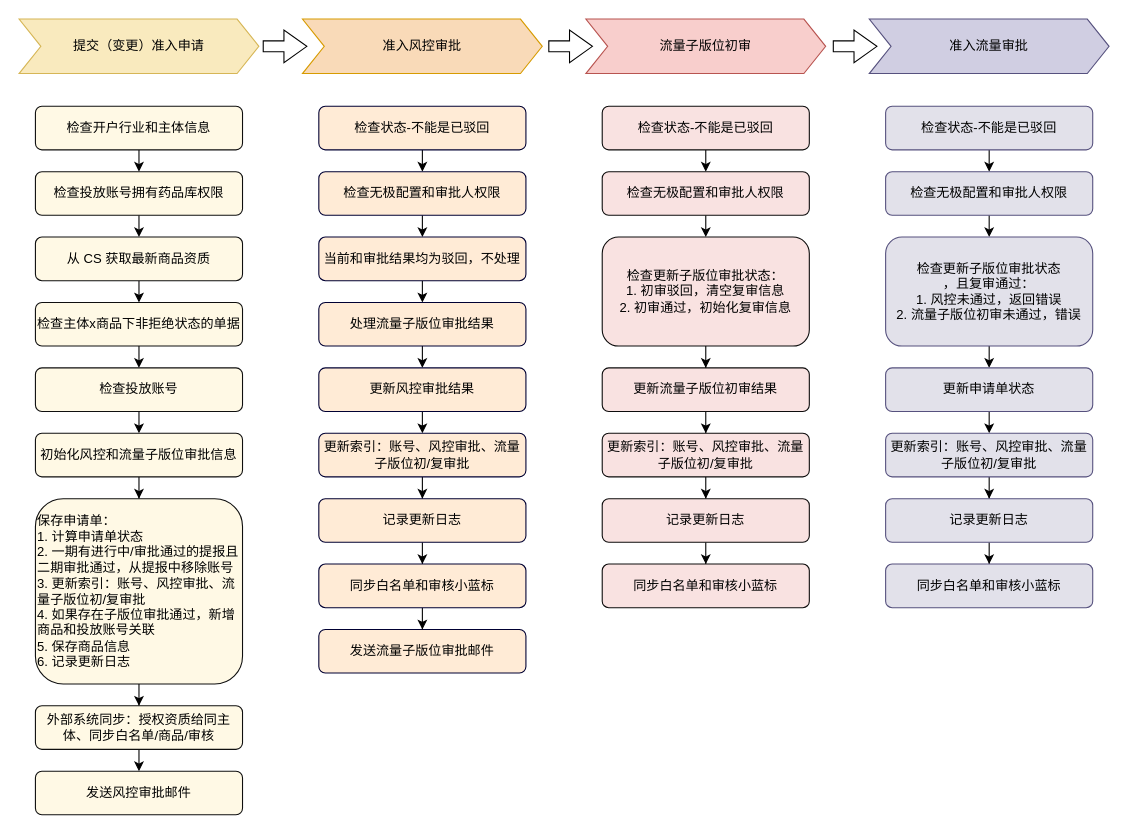
This is review/品械准入审批流程.drawio from IntronCheng/mydraw, a draw.io file, before an edit. Source tidied: cells renumbered, new cells numbered last; positions are measured from the earlier drawing's top-left corner, leaving out a move shared by most shapes. Both pictures are drawn from the tidied source at 109%, with x=0, y=0 at pixel (19, 19).
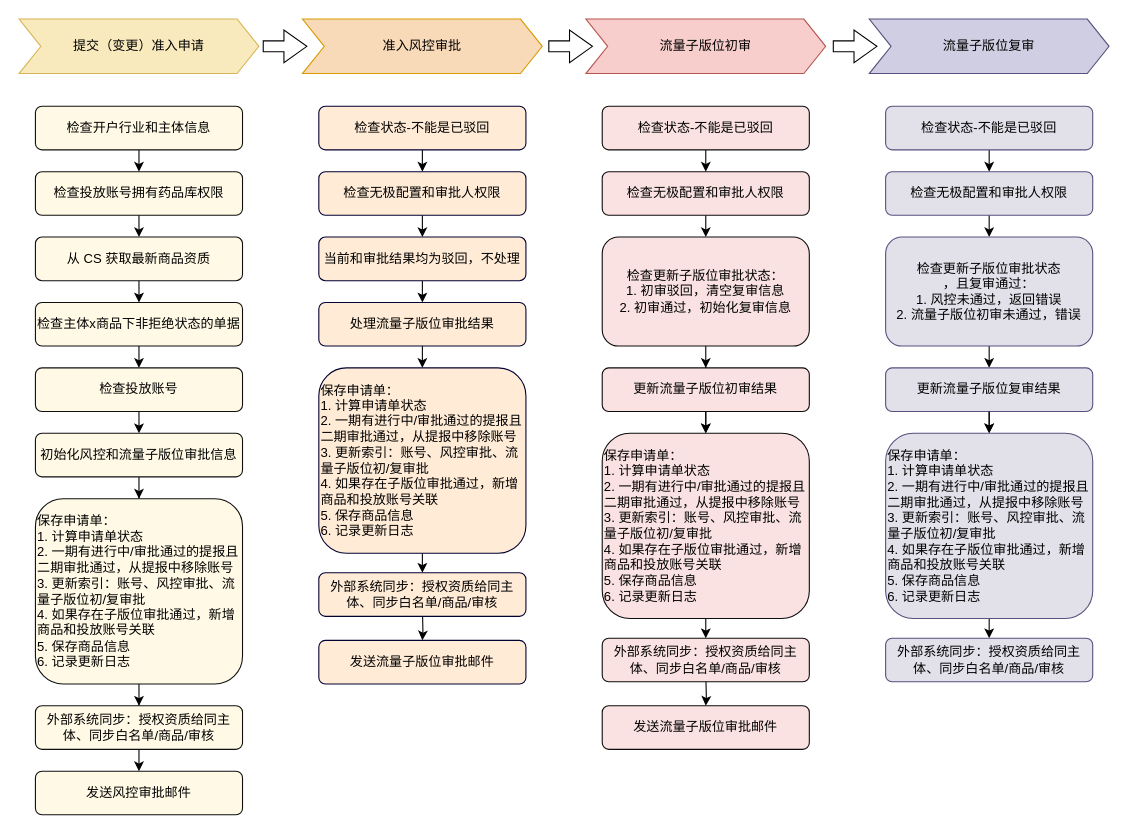
The same diagram, later.

Commit message (it also covers changes not shown here):
更新品械准入审批流程.drawio

The change refers to these unchanged cells:
```xml
<mxCell id="19" value="处理流量子版位审批结果" style="rounded=1;whiteSpace=wrap;html=1;fillColor=#ffebd6;fontColor=default;strokeColor=#000033;" parent="1" vertex="1">
  <mxGeometry x="275" y="260" width="190" height="40" as="geometry" />
</mxCell>
<mxCell id="30" value="更新流量子版位初审结果" style="rounded=1;whiteSpace=wrap;html=1;fillColor=#f9e2e1;fontColor=default;strokeColor=#0d0c0c;" parent="1" vertex="1">
  <mxGeometry x="535" y="320" width="190" height="40" as="geometry" />
</mxCell>
<mxCell id="37" value="&lt;div data-mind-map-text=&quot;[{&amp;quot;paragraphProps&amp;quot;:{&amp;quot;type&amp;quot;:&amp;quot;paragraph&amp;quot;,&amp;quot;textAlign&amp;quot;:0,&amp;quot;lineSpacing&amp;quot;:1.4},&amp;quot;isComplete&amp;quot;:true,&amp;quot;textProps&amp;quot;:[{&amp;quot;type&amp;quot;:&amp;quot;text&amp;quot;,&amp;quot;text&amp;quot;:&amp;quot;3. 校验审批流量&amp;quot;,&amp;quot;color&amp;quot;:&amp;quot;#1f1f1f&amp;quot;,&amp;quot;fontWeight&amp;quot;:400,&amp;quot;fontSize&amp;quot;:14,&amp;quot;fontFamily&amp;quot;:&amp;quot;\&amp;quot;Helvetica Neue\&amp;quot;, Helvetica, \&amp;quot;PingFang SC\&amp;quot;, \&amp;quot;Microsoft YaHei\&amp;quot;, \&amp;quot;Source Han Sans SC\&amp;quot;, \&amp;quot;Noto Sans CJK SC\&amp;quot;, \&amp;quot;WenQuanYi Micro Hei\&amp;quot;, sans-serif&amp;quot;,&amp;quot;italic&amp;quot;:false,&amp;quot;underline&amp;quot;:false,&amp;quot;strike&amp;quot;:false}]}]&quot;&gt;&lt;div style=&quot;border-color: var(--border-color);&quot; data-mind-map-text=&quot;[{&amp;quot;paragraphProps&amp;quot;:{&amp;quot;type&amp;quot;:&amp;quot;paragraph&amp;quot;,&amp;quot;textAlign&amp;quot;:0,&amp;quot;lineSpacing&amp;quot;:1.4},&amp;quot;isComplete&amp;quot;:true,&amp;quot;textProps&amp;quot;:[{&amp;quot;type&amp;quot;:&amp;quot;text&amp;quot;,&amp;quot;text&amp;quot;:&amp;quot;3. 校验审批流量&amp;quot;,&amp;quot;color&amp;quot;:&amp;quot;#1f1f1f&amp;quot;,&amp;quot;fontWeight&amp;quot;:400,&amp;quot;fontSize&amp;quot;:14,&amp;quot;fontFamily&amp;quot;:&amp;quot;\&amp;quot;Helvetica Neue\&amp;quot;, Helvetica, \&amp;quot;PingFang SC\&amp;quot;, \&amp;quot;Microsoft YaHei\&amp;quot;, \&amp;quot;Source Han Sans SC\&amp;quot;, \&amp;quot;Noto Sans CJK SC\&amp;quot;, \&amp;quot;WenQuanYi Micro Hei\&amp;quot;, sans-serif&amp;quot;,&amp;quot;italic&amp;quot;:false,&amp;quot;underline&amp;quot;:false,&amp;quot;strike&amp;quot;:false}]}]&quot;&gt;检查更新子版位审批状态&lt;/div&gt;&lt;div style=&quot;border-color: var(--border-color);&quot; data-mind-map-text=&quot;[{&amp;quot;paragraphProps&amp;quot;:{&amp;quot;type&amp;quot;:&amp;quot;paragraph&amp;quot;,&amp;quot;textAlign&amp;quot;:0,&amp;quot;lineSpacing&amp;quot;:1.4},&amp;quot;isComplete&amp;quot;:true,&amp;quot;textProps&amp;quot;:[{&amp;quot;type&amp;quot;:&amp;quot;text&amp;quot;,&amp;quot;text&amp;quot;:&amp;quot;3. 校验审批流量&amp;quot;,&amp;quot;color&amp;quot;:&amp;quot;#1f1f1f&amp;quot;,&amp;quot;fontWeight&amp;quot;:400,&amp;quot;fontSize&amp;quot;:14,&amp;quot;fontFamily&amp;quot;:&amp;quot;\&amp;quot;Helvetica Neue\&amp;quot;, Helvetica, \&amp;quot;PingFang SC\&amp;quot;, \&amp;quot;Microsoft YaHei\&amp;quot;, \&amp;quot;Source Han Sans SC\&amp;quot;, \&amp;quot;Noto Sans CJK SC\&amp;quot;, \&amp;quot;WenQuanYi Micro Hei\&amp;quot;, sans-serif&amp;quot;,&amp;quot;italic&amp;quot;:false,&amp;quot;underline&amp;quot;:false,&amp;quot;strike&amp;quot;:false}]}]&quot;&gt;，且复审通过：&lt;/div&gt;&lt;div style=&quot;border-color: var(--border-color);&quot; data-mind-map-text=&quot;[{&amp;quot;paragraphProps&amp;quot;:{&amp;quot;type&amp;quot;:&amp;quot;paragraph&amp;quot;,&amp;quot;textAlign&amp;quot;:0,&amp;quot;lineSpacing&amp;quot;:1.4},&amp;quot;isComplete&amp;quot;:true,&amp;quot;textProps&amp;quot;:[{&amp;quot;type&amp;quot;:&amp;quot;text&amp;quot;,&amp;quot;text&amp;quot;:&amp;quot;3. 校验审批流量&amp;quot;,&amp;quot;color&amp;quot;:&amp;quot;#1f1f1f&amp;quot;,&amp;quot;fontWeight&amp;quot;:400,&amp;quot;fontSize&amp;quot;:14,&amp;quot;fontFamily&amp;quot;:&amp;quot;\&amp;quot;Helvetica Neue\&amp;quot;, Helvetica, \&amp;quot;PingFang SC\&amp;quot;, \&amp;quot;Microsoft YaHei\&amp;quot;, \&amp;quot;Source Han Sans SC\&amp;quot;, \&amp;quot;Noto Sans CJK SC\&amp;quot;, \&amp;quot;WenQuanYi Micro Hei\&amp;quot;, sans-serif&amp;quot;,&amp;quot;italic&amp;quot;:false,&amp;quot;underline&amp;quot;:false,&amp;quot;strike&amp;quot;:false}]}]&quot;&gt;1. 风控未通过，返回错误&lt;/div&gt;&lt;div style=&quot;border-color: var(--border-color);&quot; data-mind-map-text=&quot;[{&amp;quot;paragraphProps&amp;quot;:{&amp;quot;type&amp;quot;:&amp;quot;paragraph&amp;quot;,&amp;quot;textAlign&amp;quot;:0,&amp;quot;lineSpacing&amp;quot;:1.4},&amp;quot;isComplete&amp;quot;:true,&amp;quot;textProps&amp;quot;:[{&amp;quot;type&amp;quot;:&amp;quot;text&amp;quot;,&amp;quot;text&amp;quot;:&amp;quot;3. 校验审批流量&amp;quot;,&amp;quot;color&amp;quot;:&amp;quot;#1f1f1f&amp;quot;,&amp;quot;fontWeight&amp;quot;:400,&amp;quot;fontSize&amp;quot;:14,&amp;quot;fontFamily&amp;quot;:&amp;quot;\&amp;quot;Helvetica Neue\&amp;quot;, Helvetica, \&amp;quot;PingFang SC\&amp;quot;, \&amp;quot;Microsoft YaHei\&amp;quot;, \&amp;quot;Source Han Sans SC\&amp;quot;, \&amp;quot;Noto Sans CJK SC\&amp;quot;, \&amp;quot;WenQuanYi Micro Hei\&amp;quot;, sans-serif&amp;quot;,&amp;quot;italic&amp;quot;:false,&amp;quot;underline&amp;quot;:false,&amp;quot;strike&amp;quot;:false}]}]&quot;&gt;2. 流量子版位初审未通过，错误&lt;/div&gt;&lt;/div&gt;" style="rounded=1;whiteSpace=wrap;html=1;fillColor=#e2e1ea;fontColor=default;strokeColor=#56517e;" parent="1" vertex="1">
  <mxGeometry x="795" y="200" width="190" height="100" as="geometry" />
</mxCell>
```

Change to the diagram source:
```diff
@@
-    <mxCell id="18" style="edgeStyle=orthogonalEdgeStyle;rounded=0;jettySize=auto;html=1;exitX=0.5;exitY=1;exitDx=0;exitDy=0;entryX=0.5;entryY=0;entryDx=0;entryDy=0;" parent="1" edge="1" source="19" target="21">
-      <mxGeometry relative="1" as="geometry" />
+    <mxCell id="18" style="edgeStyle=orthogonalEdgeStyle;rounded=0;jettySize=auto;html=1;exitX=0.5;exitY=1;exitDx=0;exitDy=0;entryX=0.5;entryY=0;entryDx=0;entryDy=0;" parent="1" edge="1" source="19">
+      <mxGeometry relative="1" as="geometry">
+        <mxPoint x="370" y="320" as="targetPoint" />
+      </mxGeometry>
     </mxCell>
@@
-    <mxCell id="20" style="edgeStyle=orthogonalEdgeStyle;rounded=0;jettySize=auto;html=1;exitX=0.5;exitY=1;exitDx=0;exitDy=0;entryX=0.5;entryY=0;entryDx=0;entryDy=0;" parent="1" edge="1" source="21">
-      <mxGeometry relative="1" as="geometry">
-        <mxPoint x="370" y="380" as="targetPoint" />
-      </mxGeometry>
-    </mxCell>
-    <mxCell id="21" value="更新风控审批结果" style="rounded=1;whiteSpace=wrap;html=1;fillColor=#ffebd6;fontColor=default;strokeColor=#000033;" parent="1" vertex="1">
-      <mxGeometry x="275" y="320" width="190" height="40" as="geometry" />
-    </mxCell>
@@
-    <mxCell id="29" style="edgeStyle=orthogonalEdgeStyle;rounded=0;jettySize=auto;html=1;exitX=0.5;exitY=1;exitDx=0;exitDy=0;" parent="1" edge="1" source="30" target="64">
-      <mxGeometry relative="1" as="geometry" />
+    <mxCell id="29" style="edgeStyle=orthogonalEdgeStyle;rounded=0;jettySize=auto;html=1;exitX=0.5;exitY=1;exitDx=0;exitDy=0;" parent="1" edge="1" source="30">
+      <mxGeometry relative="1" as="geometry">
+        <mxPoint x="630" y="380" as="targetPoint" />
+      </mxGeometry>
     </mxCell>
@@
-    <mxCell id="31" value="准入流量审批" style="shape=step;perimeter=stepPerimeter;whiteSpace=wrap;html=1;fixedSize=1;fillColor=#d0cee2;strokeColor=#56517e;" parent="1" vertex="1">
+    <mxCell id="31" value="流量子版位复审" style="shape=step;perimeter=stepPerimeter;whiteSpace=wrap;html=1;fixedSize=1;fillColor=#d0cee2;strokeColor=#56517e;" parent="1" vertex="1">
       <mxGeometry x="780" width="220" height="50" as="geometry" />
     </mxCell>
@@
-    <mxCell id="36" style="edgeStyle=orthogonalEdgeStyle;rounded=0;jettySize=auto;html=1;exitX=0.5;exitY=1;exitDx=0;exitDy=0;entryX=0.5;entryY=0;entryDx=0;entryDy=0;" parent="1" edge="1" source="37" target="39">
-      <mxGeometry relative="1" as="geometry" />
+    <mxCell id="36" style="edgeStyle=orthogonalEdgeStyle;rounded=0;jettySize=auto;html=1;exitX=0.5;exitY=1;exitDx=0;exitDy=0;entryX=0.5;entryY=0;entryDx=0;entryDy=0;" parent="1" edge="1" source="37">
+      <mxGeometry relative="1" as="geometry">
+        <mxPoint x="890" y="320" as="targetPoint" />
+      </mxGeometry>
     </mxCell>
@@
-    <mxCell id="38" style="edgeStyle=orthogonalEdgeStyle;rounded=0;jettySize=auto;html=1;exitX=0.5;exitY=1;exitDx=0;exitDy=0;entryX=0.5;entryY=0;entryDx=0;entryDy=0;" parent="1" edge="1" source="39" target="44">
-      <mxGeometry relative="1" as="geometry" />
-    </mxCell>
-    <mxCell id="39" value="更新申请单状态" style="rounded=1;whiteSpace=wrap;html=1;fillColor=#e2e1ea;fontColor=default;strokeColor=#56517e;" parent="1" vertex="1">
-      <mxGeometry x="795" y="320" width="190" height="40" as="geometry" />
-    </mxCell>
@@
-    <mxCell id="43" style="edgeStyle=orthogonalEdgeStyle;rounded=0;jettySize=auto;html=1;exitX=0.5;exitY=1;exitDx=0;exitDy=0;" parent="1" edge="1" source="44" target="46">
-      <mxGeometry relative="1" as="geometry" />
-    </mxCell>
-    <mxCell id="44" value="更新索引：账号、风控审批、流量子版位初/复审批" style="rounded=1;whiteSpace=wrap;html=1;fillColor=#e2e1ea;fontColor=default;strokeColor=#56517e;" parent="1" vertex="1">
-      <mxGeometry x="795" y="380" width="190" height="40" as="geometry" />
-    </mxCell>
-    <mxCell id="45" style="edgeStyle=orthogonalEdgeStyle;rounded=0;jettySize=auto;html=1;exitX=0.5;exitY=1;exitDx=0;exitDy=0;" parent="1" edge="1" source="46" target="47">
-      <mxGeometry relative="1" as="geometry" />
-    </mxCell>
-    <mxCell id="46" value="记录更新日志" style="rounded=1;whiteSpace=wrap;html=1;fillColor=#e2e1ea;fontColor=default;strokeColor=#56517e;" parent="1" vertex="1">
-      <mxGeometry x="795" y="440" width="190" height="40" as="geometry" />
-    </mxCell>
-    <mxCell id="47" value="同步白名单和审核小蓝标" style="rounded=1;whiteSpace=wrap;html=1;fillColor=#e2e1ea;fontColor=default;strokeColor=#56517e;" parent="1" vertex="1">
-      <mxGeometry x="795" y="500" width="190" height="40" as="geometry" />
-    </mxCell>
@@
     <mxCell id="56" value="发送流量子版位审批邮件" style="rounded=1;whiteSpace=wrap;html=1;fillColor=#ffebd6;fontColor=default;strokeColor=#000033;" parent="1" vertex="1">
-      <mxGeometry x="275" y="560" width="190" height="40" as="geometry" />
+      <mxGeometry x="275" y="570" width="190" height="40" as="geometry" />
     </mxCell>
-    <mxCell id="57" style="edgeStyle=orthogonalEdgeStyle;rounded=0;jettySize=auto;html=1;exitX=0.5;exitY=1;exitDx=0;exitDy=0;" parent="1" edge="1" source="58" target="60">
-      <mxGeometry relative="1" as="geometry" />
-    </mxCell>
-    <mxCell id="58" value="更新索引：账号、风控审批、流量子版位初/复审批" style="rounded=1;whiteSpace=wrap;html=1;fillColor=#ffebd6;fontColor=default;strokeColor=#000033;" parent="1" vertex="1">
-      <mxGeometry x="275" y="380" width="190" height="40" as="geometry" />
-    </mxCell>
-    <mxCell id="59" style="edgeStyle=orthogonalEdgeStyle;rounded=0;jettySize=auto;html=1;exitX=0.5;exitY=1;exitDx=0;exitDy=0;" parent="1" edge="1" source="60" target="62">
-      <mxGeometry relative="1" as="geometry" />
-    </mxCell>
-    <mxCell id="60" value="记录更新日志" style="rounded=1;whiteSpace=wrap;html=1;fillColor=#ffebd6;fontColor=default;strokeColor=#000033;" parent="1" vertex="1">
-      <mxGeometry x="275" y="440" width="190" height="40" as="geometry" />
-    </mxCell>
-    <mxCell id="61" style="edgeStyle=orthogonalEdgeStyle;rounded=0;jettySize=auto;html=1;exitX=0.5;exitY=1;exitDx=0;exitDy=0;" parent="1" edge="1" source="62" target="56">
-      <mxGeometry relative="1" as="geometry" />
+    <mxCell id="61" style="edgeStyle=orthogonalEdgeStyle;rounded=0;jettySize=auto;html=1;exitX=0.5;exitY=1;exitDx=0;exitDy=0;" parent="1" edge="1" target="56">
+      <mxGeometry relative="1" as="geometry">
+        <mxPoint x="370" y="540" as="sourcePoint" />
+      </mxGeometry>
     </mxCell>
-    <mxCell id="62" value="同步白名单和审核小蓝标" style="rounded=1;whiteSpace=wrap;html=1;fillColor=#ffebd6;fontColor=default;strokeColor=#000033;" parent="1" vertex="1">
-      <mxGeometry x="275" y="500" width="190" height="40" as="geometry" />
-    </mxCell>
-    <mxCell id="63" style="edgeStyle=orthogonalEdgeStyle;rounded=0;jettySize=auto;html=1;exitX=0.5;exitY=1;exitDx=0;exitDy=0;" parent="1" edge="1" source="64" target="66">
-      <mxGeometry relative="1" as="geometry" />
-    </mxCell>
-    <mxCell id="64" value="更新索引：账号、风控审批、流量子版位初/复审批" style="rounded=1;whiteSpace=wrap;html=1;fillColor=#f9e2e1;fontColor=default;strokeColor=#0d0c0c;" parent="1" vertex="1">
-      <mxGeometry x="535" y="380" width="190" height="40" as="geometry" />
-    </mxCell>
-    <mxCell id="65" style="edgeStyle=orthogonalEdgeStyle;rounded=0;jettySize=auto;html=1;exitX=0.5;exitY=1;exitDx=0;exitDy=0;" parent="1" edge="1" source="66" target="67">
-      <mxGeometry relative="1" as="geometry" />
-    </mxCell>
-    <mxCell id="66" value="记录更新日志" style="rounded=1;whiteSpace=wrap;html=1;fillColor=#f9e2e1;fontColor=default;strokeColor=#0d0c0c;" parent="1" vertex="1">
-      <mxGeometry x="535" y="440" width="190" height="40" as="geometry" />
-    </mxCell>
-    <mxCell id="67" value="同步白名单和审核小蓝标" style="rounded=1;whiteSpace=wrap;html=1;fillColor=#f9e2e1;fontColor=default;strokeColor=#0d0c0c;" parent="1" vertex="1">
-      <mxGeometry x="535" y="500" width="190" height="40" as="geometry" />
-    </mxCell>
@@
+    <mxCell id="69" style="edgeStyle=orthogonalEdgeStyle;rounded=0;jettySize=auto;html=1;exitX=0.5;exitY=1;exitDx=0;exitDy=0;entryX=0.5;entryY=0;entryDx=0;entryDy=0;" parent="1" edge="1" source="70" target="71">
+      <mxGeometry relative="1" as="geometry" />
+    </mxCell>
+    <mxCell id="70" value="保存申请单：&lt;br&gt;1. 计算申请单状态&lt;br&gt;2. 一期有进行中/审批通过的提报且二期审批通过，从提报中移除账号&lt;br&gt;3.&amp;nbsp;更新索引：账号、风控审批、流量子版位初/复审批&lt;br&gt;4. 如果存在子版位审批通过，新增商品和投放账号关联&lt;br&gt;5. 保存商品信息&lt;br&gt;6. 记录更新日志" style="rounded=1;whiteSpace=wrap;html=1;fillColor=#ffebd6;fontColor=default;strokeColor=#000033;align=left;" parent="1" vertex="1">
+      <mxGeometry x="275" y="320" width="190" height="170" as="geometry" />
+    </mxCell>
+    <mxCell id="71" value="外部系统同步：授权资质给同主体、同步白名单/商品/审核" style="rounded=1;whiteSpace=wrap;html=1;fillColor=#ffebd6;fontColor=default;strokeColor=#000033;" parent="1" vertex="1">
+      <mxGeometry x="275" y="508" width="190" height="40" as="geometry" />
+    </mxCell>
+    <mxCell id="72" style="edgeStyle=orthogonalEdgeStyle;rounded=0;orthogonalLoop=1;jettySize=auto;html=1;exitX=0.5;exitY=1;exitDx=0;exitDy=0;entryX=0.5;entryY=0;entryDx=0;entryDy=0;" parent="1" edge="1">
+      <mxGeometry relative="1" as="geometry">
+        <mxPoint x="630" y="360" as="sourcePoint" />
+        <mxPoint x="630" y="380" as="targetPoint" />
+      </mxGeometry>
+    </mxCell>
+    <mxCell id="73" value="发送流量子版位审批邮件" style="rounded=1;whiteSpace=wrap;html=1;fillColor=#f9e2e1;fontColor=default;strokeColor=#0d0c0c;" parent="1" vertex="1">
+      <mxGeometry x="535" y="630" width="190" height="40" as="geometry" />
+    </mxCell>
+    <mxCell id="74" style="edgeStyle=orthogonalEdgeStyle;rounded=0;jettySize=auto;html=1;exitX=0.5;exitY=1;exitDx=0;exitDy=0;" parent="1" edge="1" target="73">
+      <mxGeometry relative="1" as="geometry">
+        <mxPoint x="630" y="600" as="sourcePoint" />
+      </mxGeometry>
+    </mxCell>
+    <mxCell id="75" style="edgeStyle=orthogonalEdgeStyle;rounded=0;jettySize=auto;html=1;exitX=0.5;exitY=1;exitDx=0;exitDy=0;entryX=0.5;entryY=0;entryDx=0;entryDy=0;" parent="1" edge="1" source="76" target="77">
+      <mxGeometry relative="1" as="geometry" />
+    </mxCell>
+    <mxCell id="76" value="保存申请单：&lt;br&gt;1. 计算申请单状态&lt;br&gt;2. 一期有进行中/审批通过的提报且二期审批通过，从提报中移除账号&lt;br&gt;3.&amp;nbsp;更新索引：账号、风控审批、流量子版位初/复审批&lt;br&gt;4. 如果存在子版位审批通过，新增商品和投放账号关联&lt;br&gt;5. 保存商品信息&lt;br&gt;6. 记录更新日志" style="rounded=1;whiteSpace=wrap;html=1;fillColor=#f9e2e1;fontColor=default;strokeColor=#0d0c0c;align=left;" parent="1" vertex="1">
+      <mxGeometry x="535" y="380" width="190" height="170" as="geometry" />
+    </mxCell>
+    <mxCell id="77" value="外部系统同步：授权资质给同主体、同步白名单/商品/审核" style="rounded=1;whiteSpace=wrap;html=1;fillColor=#f9e2e1;fontColor=default;strokeColor=#0d0c0c;" parent="1" vertex="1">
+      <mxGeometry x="535" y="568" width="190" height="40" as="geometry" />
+    </mxCell>
+    <mxCell id="78" style="edgeStyle=orthogonalEdgeStyle;rounded=0;jettySize=auto;html=1;exitX=0.5;exitY=1;exitDx=0;exitDy=0;" parent="1" edge="1" source="79">
+      <mxGeometry relative="1" as="geometry">
+        <mxPoint x="890" y="380" as="targetPoint" />
+      </mxGeometry>
+    </mxCell>
+    <mxCell id="79" value="更新流量子版位复审结果" style="rounded=1;whiteSpace=wrap;html=1;fillColor=#e2e1ea;fontColor=default;strokeColor=#56517e;" parent="1" vertex="1">
+      <mxGeometry x="795" y="320" width="190" height="40" as="geometry" />
+    </mxCell>
+    <mxCell id="80" style="edgeStyle=orthogonalEdgeStyle;rounded=0;orthogonalLoop=1;jettySize=auto;html=1;exitX=0.5;exitY=1;exitDx=0;exitDy=0;entryX=0.5;entryY=0;entryDx=0;entryDy=0;" parent="1" edge="1">
+      <mxGeometry relative="1" as="geometry">
+        <mxPoint x="890" y="360" as="sourcePoint" />
+        <mxPoint x="890" y="380" as="targetPoint" />
+      </mxGeometry>
+    </mxCell>
+    <mxCell id="81" style="edgeStyle=orthogonalEdgeStyle;rounded=0;jettySize=auto;html=1;exitX=0.5;exitY=1;exitDx=0;exitDy=0;entryX=0.5;entryY=0;entryDx=0;entryDy=0;" parent="1" edge="1" source="82" target="83">
+      <mxGeometry relative="1" as="geometry" />
+    </mxCell>
+    <mxCell id="82" value="保存申请单：&lt;br&gt;1. 计算申请单状态&lt;br&gt;2. 一期有进行中/审批通过的提报且二期审批通过，从提报中移除账号&lt;br&gt;3.&amp;nbsp;更新索引：账号、风控审批、流量子版位初/复审批&lt;br&gt;4. 如果存在子版位审批通过，新增商品和投放账号关联&lt;br&gt;5. 保存商品信息&lt;br&gt;6. 记录更新日志" style="rounded=1;whiteSpace=wrap;html=1;fillColor=#e2e1ea;fontColor=default;strokeColor=#56517e;align=left;" parent="1" vertex="1">
+      <mxGeometry x="795" y="380" width="190" height="170" as="geometry" />
+    </mxCell>
+    <mxCell id="83" value="外部系统同步：授权资质给同主体、同步白名单/商品/审核" style="rounded=1;whiteSpace=wrap;html=1;fillColor=#e2e1ea;fontColor=default;strokeColor=#56517e;" parent="1" vertex="1">
+      <mxGeometry x="795" y="568" width="190" height="40" as="geometry" />
+    </mxCell>
```
